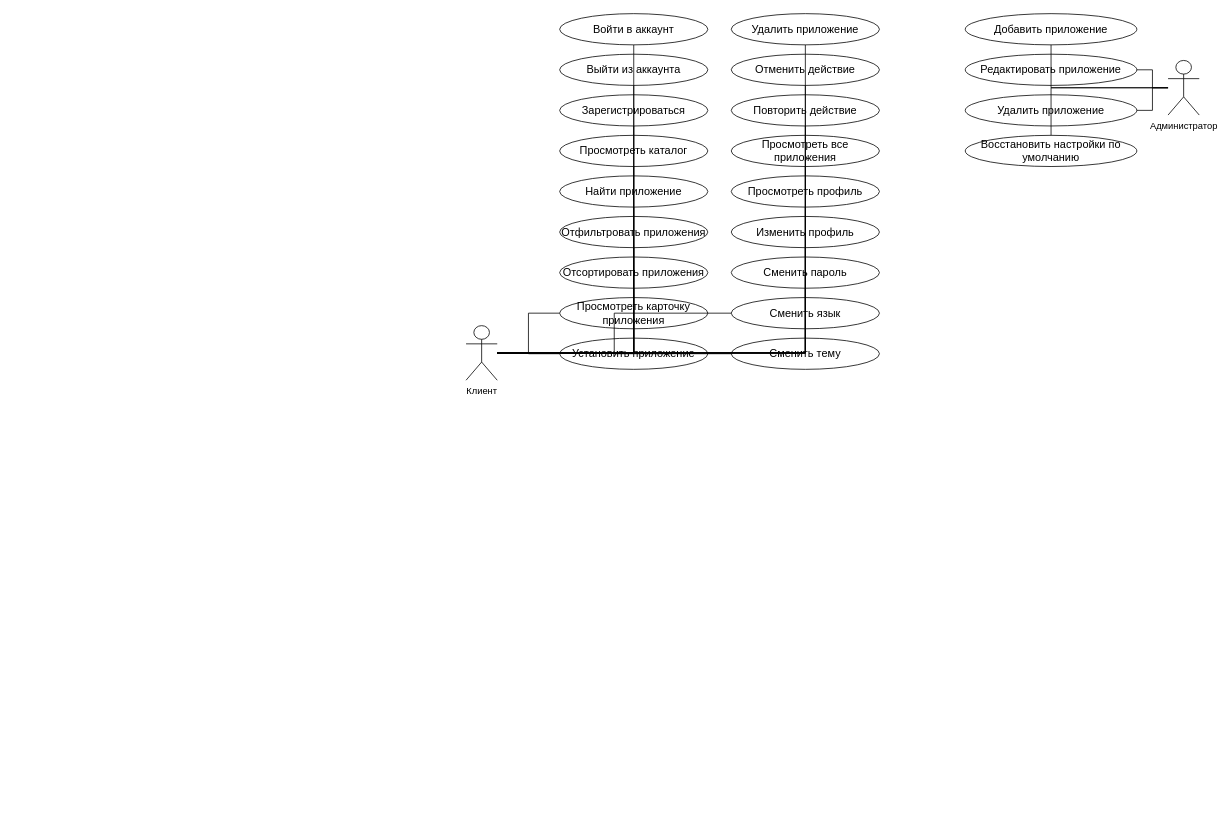
This is docs/UML/use_case.drawio from martim-x/AppStore, a draw.io file, before an edit. Source tidied: cells renumbered, new cells numbered last; positions are measured from the earlier drawing's top-left corner, leaving out a move shared by most shapes. Both pictures are drawn from the tidied source at 78%, with x=0, y=0 at pixel (466, 13).
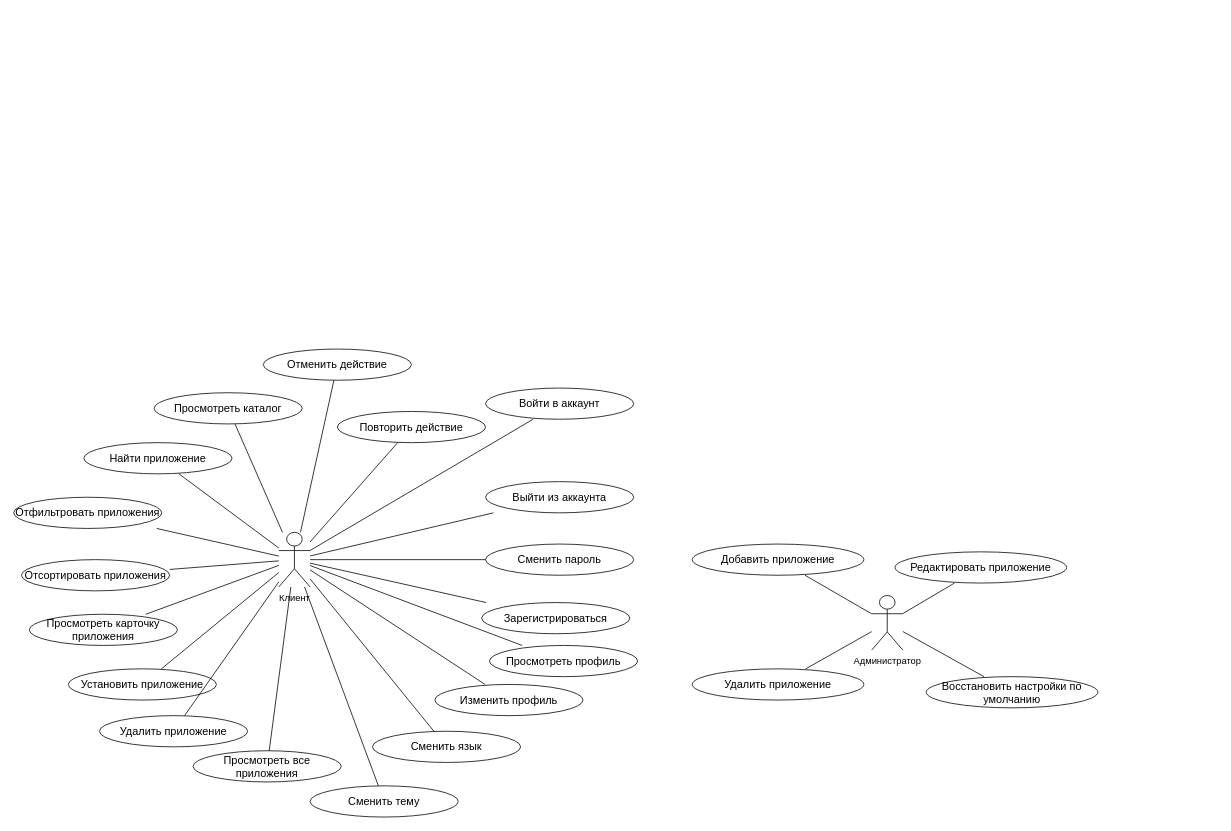
The same diagram, later.

Commit message (it also covers changes not shown here):
docs: use author's use case and ER diagrams, drop class/sequence diagrams

What changed in the source:
```diff
@@
     <mxCell id="2" value="Клиент" style="shape=umlActor;verticalLabelPosition=bottom;verticalAlign=top;html=1;align=center;outlineConnect=0;fillColor=none;strokeColor=#000000;" parent="1" vertex="1">
-      <mxGeometry y="400" width="40" height="70" as="geometry" />
+      <mxGeometry x="-240" y="665" width="40" height="70" as="geometry" />
     </mxCell>
     <mxCell id="3" value="Администратор" style="shape=umlActor;verticalLabelPosition=bottom;verticalAlign=top;html=1;align=center;outlineConnect=0;fillColor=none;strokeColor=#000000;" parent="1" vertex="1">
-      <mxGeometry x="900" y="60" width="40" height="70" as="geometry" />
+      <mxGeometry x="520" y="746" width="40" height="70" as="geometry" />
     </mxCell>
     <mxCell id="4" value="Войти в аккаунт" style="shape=ellipse;whiteSpace=wrap;html=1;fillColor=none;strokeColor=#000000;fontSize=14;" parent="1" vertex="1">
-      <mxGeometry x="120" width="190" height="40" as="geometry" />
+      <mxGeometry x="25" y="480" width="190" height="40" as="geometry" />
     </mxCell>
-    <mxCell id="5" style="endArrow=none;html=1;rounded=0;edgeStyle=orthogonalEdgeStyle;" parent="1" edge="1" source="2" target="4">
+    <mxCell id="5" style="endArrow=none;html=1;rounded=0;" parent="1" edge="1" source="2" target="4">
       <mxGeometry relative="1" as="geometry" />
     </mxCell>
     <mxCell id="6" value="Выйти из аккаунта" style="shape=ellipse;whiteSpace=wrap;html=1;fillColor=none;strokeColor=#000000;fontSize=14;" parent="1" vertex="1">
-      <mxGeometry x="120" y="52" width="190" height="40" as="geometry" />
+      <mxGeometry x="25" y="600" width="190" height="40" as="geometry" />
     </mxCell>
-    <mxCell id="7" style="endArrow=none;html=1;rounded=0;edgeStyle=orthogonalEdgeStyle;" parent="1" edge="1" source="2" target="6">
+    <mxCell id="7" style="endArrow=none;html=1;rounded=0;" parent="1" edge="1" source="2" target="6">
       <mxGeometry relative="1" as="geometry" />
     </mxCell>
     <mxCell id="8" value="Зарегистрироваться" style="shape=ellipse;whiteSpace=wrap;html=1;fillColor=none;strokeColor=#000000;fontSize=14;" parent="1" vertex="1">
-      <mxGeometry x="120" y="104" width="190" height="40" as="geometry" />
+      <mxGeometry x="20" y="755" width="190" height="40" as="geometry" />
     </mxCell>
-    <mxCell id="9" style="endArrow=none;html=1;rounded=0;edgeStyle=orthogonalEdgeStyle;" parent="1" edge="1" source="2" target="8">
+    <mxCell id="9" style="endArrow=none;html=1;rounded=0;" parent="1" edge="1" source="2" target="8">
       <mxGeometry relative="1" as="geometry" />
     </mxCell>
     <mxCell id="10" value="Просмотреть каталог" style="shape=ellipse;whiteSpace=wrap;html=1;fillColor=none;strokeColor=#000000;fontSize=14;" parent="1" vertex="1">
-      <mxGeometry x="120" y="156" width="190" height="40" as="geometry" />
+      <mxGeometry x="-400" y="486" width="190" height="40" as="geometry" />
     </mxCell>
-    <mxCell id="11" style="endArrow=none;html=1;rounded=0;edgeStyle=orthogonalEdgeStyle;" parent="1" edge="1" source="2" target="10">
+    <mxCell id="11" style="endArrow=none;html=1;rounded=0;" parent="1" edge="1" source="2" target="10">
       <mxGeometry relative="1" as="geometry" />
     </mxCell>
     <mxCell id="12" value="Найти приложение" style="shape=ellipse;whiteSpace=wrap;html=1;fillColor=none;strokeColor=#000000;fontSize=14;" parent="1" vertex="1">
-      <mxGeometry x="120" y="208" width="190" height="40" as="geometry" />
+      <mxGeometry x="-490" y="550" width="190" height="40" as="geometry" />
     </mxCell>
-    <mxCell id="13" style="endArrow=none;html=1;rounded=0;edgeStyle=orthogonalEdgeStyle;" parent="1" edge="1" source="2" target="12">
+    <mxCell id="13" style="endArrow=none;html=1;rounded=0;" parent="1" edge="1" source="2" target="12">
       <mxGeometry relative="1" as="geometry" />
     </mxCell>
     <mxCell id="14" value="Отфильтровать приложения" style="shape=ellipse;whiteSpace=wrap;html=1;fillColor=none;strokeColor=#000000;fontSize=14;" parent="1" vertex="1">
-      <mxGeometry x="120" y="260" width="190" height="40" as="geometry" />
+      <mxGeometry x="-580" y="620" width="190" height="40" as="geometry" />
     </mxCell>
-    <mxCell id="15" style="endArrow=none;html=1;rounded=0;edgeStyle=orthogonalEdgeStyle;" parent="1" edge="1" source="2" target="14">
+    <mxCell id="15" style="endArrow=none;html=1;rounded=0;" parent="1" edge="1" source="2" target="14">
       <mxGeometry relative="1" as="geometry" />
     </mxCell>
     <mxCell id="16" value="Отсортировать приложения" style="shape=ellipse;whiteSpace=wrap;html=1;fillColor=none;strokeColor=#000000;fontSize=14;" parent="1" vertex="1">
-      <mxGeometry x="120" y="312" width="190" height="40" as="geometry" />
+      <mxGeometry x="-570" y="700" width="190" height="40" as="geometry" />
     </mxCell>
-    <mxCell id="17" style="endArrow=none;html=1;rounded=0;edgeStyle=orthogonalEdgeStyle;" parent="1" edge="1" source="2" target="16">
+    <mxCell id="17" style="endArrow=none;html=1;rounded=0;" parent="1" edge="1" source="2" target="16">
       <mxGeometry relative="1" as="geometry" />
     </mxCell>
     <mxCell id="18" value="Просмотреть карточку приложения" style="shape=ellipse;whiteSpace=wrap;html=1;fillColor=none;strokeColor=#000000;fontSize=14;" parent="1" vertex="1">
-      <mxGeometry x="120" y="364" width="190" height="40" as="geometry" />
+      <mxGeometry x="-560" y="770" width="190" height="40" as="geometry" />
     </mxCell>
-    <mxCell id="19" style="endArrow=none;html=1;rounded=0;edgeStyle=orthogonalEdgeStyle;" parent="1" edge="1" source="2" target="18">
+    <mxCell id="19" style="endArrow=none;html=1;rounded=0;" parent="1" edge="1" source="2" target="18">
       <mxGeometry relative="1" as="geometry" />
     </mxCell>
     <mxCell id="20" value="Установить приложение" style="shape=ellipse;whiteSpace=wrap;html=1;fillColor=none;strokeColor=#000000;fontSize=14;" parent="1" vertex="1">
-      <mxGeometry x="120" y="416" width="190" height="40" as="geometry" />
+      <mxGeometry x="-510" y="840" width="190" height="40" as="geometry" />
     </mxCell>
-    <mxCell id="21" style="endArrow=none;html=1;rounded=0;edgeStyle=orthogonalEdgeStyle;" parent="1" edge="1" source="2" target="20">
+    <mxCell id="21" style="endArrow=none;html=1;rounded=0;" parent="1" edge="1" source="2" target="20">
       <mxGeometry relative="1" as="geometry" />
     </mxCell>
     <mxCell id="22" value="Удалить приложение" style="shape=ellipse;whiteSpace=wrap;html=1;fillColor=none;strokeColor=#000000;fontSize=14;" parent="1" vertex="1">
-      <mxGeometry x="340" width="190" height="40" as="geometry" />
+      <mxGeometry x="-470" y="900" width="190" height="40" as="geometry" />
     </mxCell>
-    <mxCell id="23" style="endArrow=none;html=1;rounded=0;edgeStyle=orthogonalEdgeStyle;" parent="1" edge="1" source="2" target="22">
+    <mxCell id="23" style="endArrow=none;html=1;rounded=0;" parent="1" edge="1" source="2" target="22">
       <mxGeometry relative="1" as="geometry" />
     </mxCell>
     <mxCell id="24" value="Отменить действие" style="shape=ellipse;whiteSpace=wrap;html=1;fillColor=none;strokeColor=#000000;fontSize=14;" parent="1" vertex="1">
-      <mxGeometry x="340" y="52" width="190" height="40" as="geometry" />
+      <mxGeometry x="-260" y="430" width="190" height="40" as="geometry" />
     </mxCell>
-    <mxCell id="25" style="endArrow=none;html=1;rounded=0;edgeStyle=orthogonalEdgeStyle;" parent="1" edge="1" source="2" target="24">
+    <mxCell id="25" style="endArrow=none;html=1;rounded=0;" parent="1" edge="1" source="2" target="24">
       <mxGeometry relative="1" as="geometry" />
     </mxCell>
     <mxCell id="26" value="Повторить действие" style="shape=ellipse;whiteSpace=wrap;html=1;fillColor=none;strokeColor=#000000;fontSize=14;" parent="1" vertex="1">
-      <mxGeometry x="340" y="104" width="190" height="40" as="geometry" />
+      <mxGeometry x="-165" y="510" width="190" height="40" as="geometry" />
     </mxCell>
-    <mxCell id="27" style="endArrow=none;html=1;rounded=0;edgeStyle=orthogonalEdgeStyle;" parent="1" edge="1" source="2" target="26">
+    <mxCell id="27" style="endArrow=none;html=1;rounded=0;" parent="1" edge="1" source="2" target="26">
       <mxGeometry relative="1" as="geometry" />
     </mxCell>
     <mxCell id="28" value="Просмотреть все приложения" style="shape=ellipse;whiteSpace=wrap;html=1;fillColor=none;strokeColor=#000000;fontSize=14;" parent="1" vertex="1">
-      <mxGeometry x="340" y="156" width="190" height="40" as="geometry" />
+      <mxGeometry x="-350" y="945" width="190" height="40" as="geometry" />
     </mxCell>
-    <mxCell id="29" style="endArrow=none;html=1;rounded=0;edgeStyle=orthogonalEdgeStyle;" parent="1" edge="1" source="2" target="28">
+    <mxCell id="29" style="endArrow=none;html=1;rounded=0;" parent="1" edge="1" source="2" target="28">
       <mxGeometry relative="1" as="geometry" />
     </mxCell>
     <mxCell id="30" value="Просмотреть профиль" style="shape=ellipse;whiteSpace=wrap;html=1;fillColor=none;strokeColor=#000000;fontSize=14;" parent="1" vertex="1">
-      <mxGeometry x="340" y="208" width="190" height="40" as="geometry" />
+      <mxGeometry x="30" y="810" width="190" height="40" as="geometry" />
     </mxCell>
-    <mxCell id="31" style="endArrow=none;html=1;rounded=0;edgeStyle=orthogonalEdgeStyle;" parent="1" edge="1" source="2" target="30">
+    <mxCell id="31" style="endArrow=none;html=1;rounded=0;" parent="1" edge="1" source="2" target="30">
       <mxGeometry relative="1" as="geometry" />
     </mxCell>
     <mxCell id="32" value="Изменить профиль" style="shape=ellipse;whiteSpace=wrap;html=1;fillColor=none;strokeColor=#000000;fontSize=14;" parent="1" vertex="1">
-      <mxGeometry x="340" y="260" width="190" height="40" as="geometry" />
+      <mxGeometry x="-40" y="860" width="190" height="40" as="geometry" />
     </mxCell>
-    <mxCell id="33" style="endArrow=none;html=1;rounded=0;edgeStyle=orthogonalEdgeStyle;" parent="1" edge="1" source="2" target="32">
+    <mxCell id="33" style="endArrow=none;html=1;rounded=0;" parent="1" edge="1" source="2" target="32">
       <mxGeometry relative="1" as="geometry" />
     </mxCell>
     <mxCell id="34" value="Сменить пароль" style="shape=ellipse;whiteSpace=wrap;html=1;fillColor=none;strokeColor=#000000;fontSize=14;" parent="1" vertex="1">
-      <mxGeometry x="340" y="312" width="190" height="40" as="geometry" />
+      <mxGeometry x="25" y="680" width="190" height="40" as="geometry" />
     </mxCell>
-    <mxCell id="35" style="endArrow=none;html=1;rounded=0;edgeStyle=orthogonalEdgeStyle;" parent="1" edge="1" source="2" target="34">
+    <mxCell id="35" style="endArrow=none;html=1;rounded=0;" parent="1" edge="1" source="2" target="34">
       <mxGeometry relative="1" as="geometry" />
     </mxCell>
     <mxCell id="36" value="Сменить язык" style="shape=ellipse;whiteSpace=wrap;html=1;fillColor=none;strokeColor=#000000;fontSize=14;" parent="1" vertex="1">
-      <mxGeometry x="340" y="364" width="190" height="40" as="geometry" />
+      <mxGeometry x="-120" y="920" width="190" height="40" as="geometry" />
     </mxCell>
-    <mxCell id="37" style="endArrow=none;html=1;rounded=0;edgeStyle=orthogonalEdgeStyle;" parent="1" edge="1" source="2" target="36">
+    <mxCell id="37" style="endArrow=none;html=1;rounded=0;" parent="1" edge="1" source="2" target="36">
       <mxGeometry relative="1" as="geometry" />
     </mxCell>
     <mxCell id="38" value="Сменить тему" style="shape=ellipse;whiteSpace=wrap;html=1;fillColor=none;strokeColor=#000000;fontSize=14;" parent="1" vertex="1">
-      <mxGeometry x="340" y="416" width="190" height="40" as="geometry" />
+      <mxGeometry x="-200" y="990" width="190" height="40" as="geometry" />
     </mxCell>
-    <mxCell id="39" style="endArrow=none;html=1;rounded=0;edgeStyle=orthogonalEdgeStyle;" parent="1" edge="1" source="2" target="38">
+    <mxCell id="39" style="endArrow=none;html=1;rounded=0;" parent="1" edge="1" source="2" target="38">
       <mxGeometry relative="1" as="geometry" />
     </mxCell>
     <mxCell id="40" value="Добавить приложение" style="shape=ellipse;whiteSpace=wrap;html=1;fillColor=none;strokeColor=#000000;fontSize=14;" parent="1" vertex="1">
-      <mxGeometry x="640" width="220" height="40" as="geometry" />
+      <mxGeometry x="290" y="680" width="220" height="40" as="geometry" />
     </mxCell>
-    <mxCell id="41" style="endArrow=none;html=1;rounded=0;edgeStyle=orthogonalEdgeStyle;" parent="1" edge="1" source="3" target="40">
+    <mxCell id="41" style="endArrow=none;html=1;rounded=0;" parent="1" edge="1" source="3" target="40">
       <mxGeometry relative="1" as="geometry" />
     </mxCell>
     <mxCell id="42" value="Редактировать приложение" style="shape=ellipse;whiteSpace=wrap;html=1;fillColor=none;strokeColor=#000000;fontSize=14;" parent="1" vertex="1">
-      <mxGeometry x="640" y="52" width="220" height="40" as="geometry" />
+      <mxGeometry x="550" y="690" width="220" height="40" as="geometry" />
     </mxCell>
-    <mxCell id="43" style="endArrow=none;html=1;rounded=0;edgeStyle=orthogonalEdgeStyle;" parent="1" edge="1" source="3" target="42">
+    <mxCell id="43" style="endArrow=none;html=1;rounded=0;" parent="1" edge="1" source="3" target="42">
       <mxGeometry relative="1" as="geometry" />
     </mxCell>
     <mxCell id="44" value="Удалить приложение" style="shape=ellipse;whiteSpace=wrap;html=1;fillColor=none;strokeColor=#000000;fontSize=14;" parent="1" vertex="1">
-      <mxGeometry x="640" y="104" width="220" height="40" as="geometry" />
+      <mxGeometry x="290" y="840" width="220" height="40" as="geometry" />
     </mxCell>
-    <mxCell id="45" style="endArrow=none;html=1;rounded=0;edgeStyle=orthogonalEdgeStyle;" parent="1" edge="1" source="3" target="44">
+    <mxCell id="45" style="endArrow=none;html=1;rounded=0;" parent="1" edge="1" source="3" target="44">
       <mxGeometry relative="1" as="geometry" />
     </mxCell>
     <mxCell id="46" value="Восстановить настройки по умолчанию" style="shape=ellipse;whiteSpace=wrap;html=1;fillColor=none;strokeColor=#000000;fontSize=14;" parent="1" vertex="1">
-      <mxGeometry x="640" y="156" width="220" height="40" as="geometry" />
+      <mxGeometry x="590" y="850" width="220" height="40" as="geometry" />
     </mxCell>
-    <mxCell id="47" style="endArrow=none;html=1;rounded=0;edgeStyle=orthogonalEdgeStyle;" parent="1" edge="1" source="3" target="46">
+    <mxCell id="47" style="endArrow=none;html=1;rounded=0;" parent="1" edge="1" source="3" target="46">
       <mxGeometry relative="1" as="geometry" />
     </mxCell>
```
